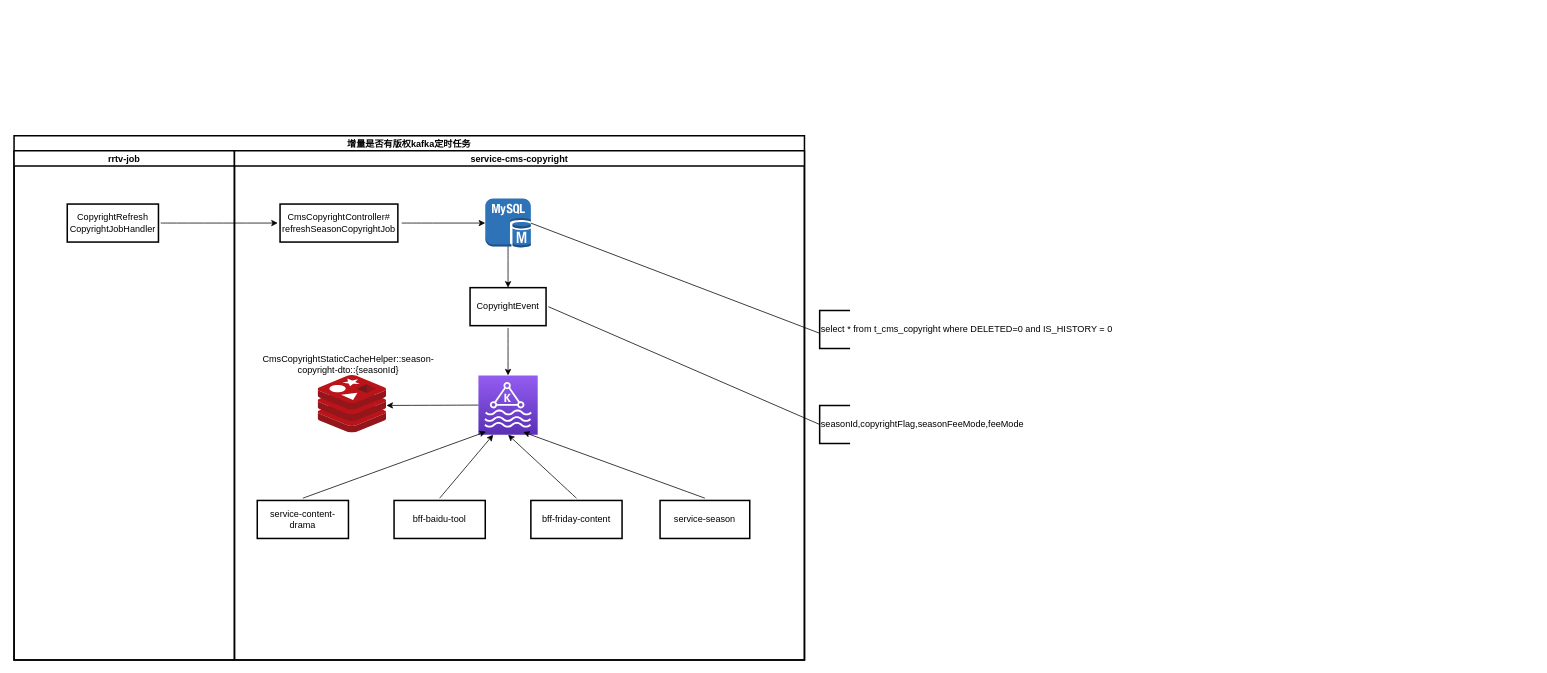
Above: page "Page-1" (1 of 2) of 增量是否有版权.drawio in songmulin/rr-business (draw.io), before the change. Source tidied: cells renumbered, new cells numbered last; positions are measured from the earlier drawing's top-left corner, leaving out a move shared by most shapes. Both pictures are drawn from the tidied source at 76%, with x=0, y=0 at pixel (14, 135).
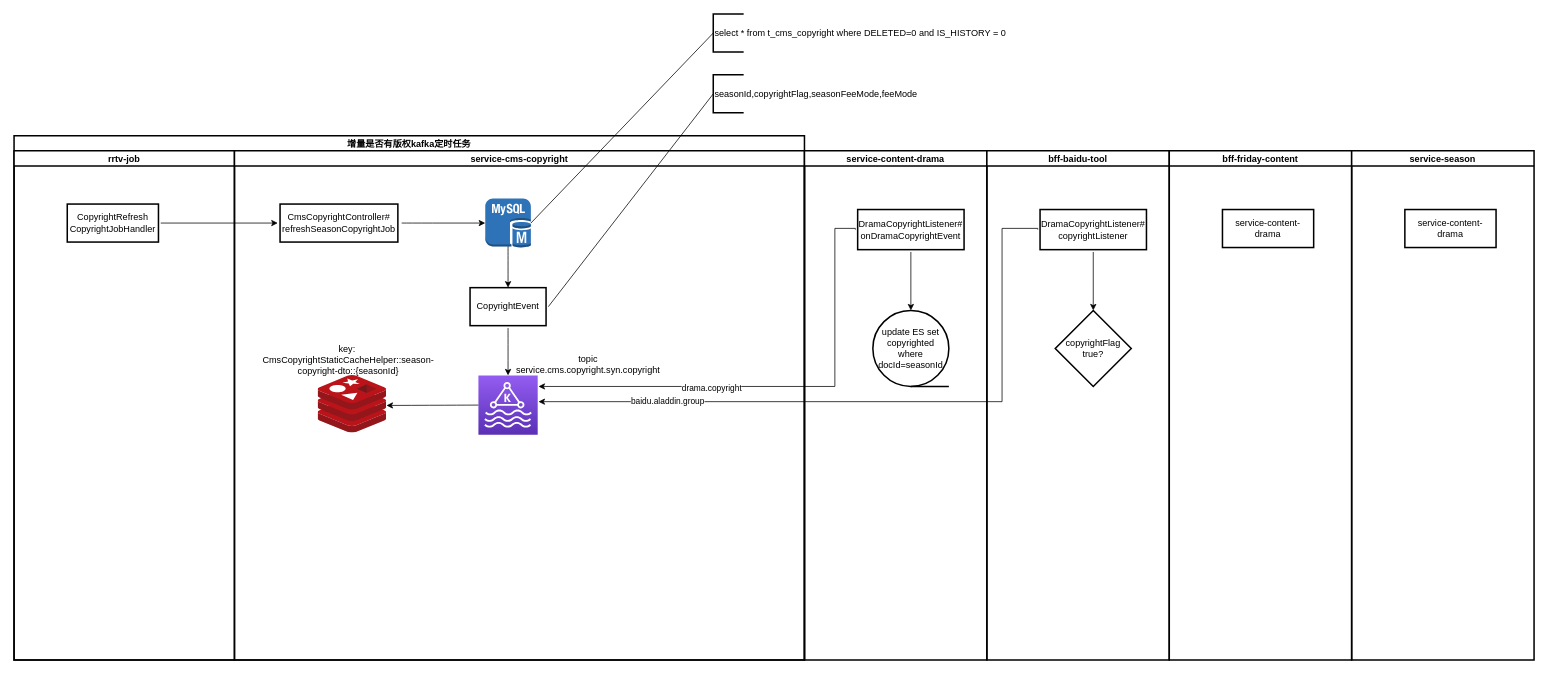
Above is the later version.

Commit message (it also covers changes not shown here):
Update 增量是否有版权.drawio

The change refers to these unchanged cells:
```xml
<mxCell id="2" value="增量是否有版权kafka定时任务" style="swimlane;startSize=20;hachureGap=4;strokeWidth=2;perimeterSpacing=3;" parent="1" vertex="1">
  <mxGeometry width="1040" height="690" as="geometry" />
</mxCell>
<mxCell id="4" value="CopyrightRefresh&lt;br&gt;CopyrightJobHandler" style="rounded=0;whiteSpace=wrap;html=1;hachureGap=4;strokeWidth=2;perimeterSpacing=3;direction=west;" parent="3" vertex="1">
  <mxGeometry x="70" y="70" width="120" height="50" as="geometry" />
</mxCell>
<mxCell id="6" value="service-cms-copyright" style="swimlane;startSize=20;strokeWidth=2;perimeterSpacing=3;" parent="2" vertex="1">
  <mxGeometry x="290" y="20" width="750" height="670" as="geometry" />
</mxCell>
<mxCell id="8" value="CmsCopyrightController#&lt;br&gt;refreshSeasonCopyrightJob" style="rounded=0;whiteSpace=wrap;html=1;hachureGap=4;strokeWidth=2;perimeterSpacing=3;direction=west;" parent="6" vertex="1">
  <mxGeometry x="60" y="70" width="155" height="50" as="geometry" />
</mxCell>
<mxCell id="9" style="outlineConnect=0;dashed=0;verticalLabelPosition=bottom;verticalAlign=top;align=center;html=1;shape=mxgraph.aws3.mysql_db_instance;fillColor=#2E73B8;gradientColor=none;hachureGap=4;strokeWidth=2;" parent="6" vertex="1">
  <mxGeometry x="330" y="62.8" width="60" height="64.5" as="geometry" />
</mxCell>
<mxCell id="13" style="sketch=0;points=[[0,0,0],[0.25,0,0],[0.5,0,0],[0.75,0,0],[1,0,0],[0,1,0],[0.25,1,0],[0.5,1,0],[0.75,1,0],[1,1,0],[0,0.25,0],[0,0.5,0],[0,0.75,0],[1,0.25,0],[1,0.5,0],[1,0.75,0]];outlineConnect=0;fontColor=#232F3E;gradientColor=#945DF2;gradientDirection=north;fillColor=#5A30B5;strokeColor=#ffffff;dashed=0;verticalLabelPosition=bottom;verticalAlign=top;align=center;html=1;fontSize=12;fontStyle=0;shape=mxgraph.aws4.resourceIcon;resIcon=mxgraph.aws4.managed_streaming_for_kafka;hachureGap=4;" parent="6" vertex="1">
  <mxGeometry x="321" y="295.5" width="78" height="78" as="geometry" />
</mxCell>
```

Change to the diagram source:
```diff
@@
-    <mxCell id="5" style="edgeStyle=none;curved=1;rounded=0;jettySize=auto;html=1;endArrow=classic;sourcePerimeterSpacing=8;targetPerimeterSpacing=8;exitX=0;exitY=0.5;exitDx=0;exitDy=0;strokeWidth=1;endFill=1;entryX=1;entryY=0.5;entryDx=0;entryDy=0;" parent="2" edge="1" source="4" target="8">
+    <mxCell id="5" style="edgeStyle=orthogonalEdgeStyle;rounded=0;jettySize=auto;html=1;endArrow=classic;sourcePerimeterSpacing=8;targetPerimeterSpacing=8;exitX=0;exitY=0.5;exitDx=0;exitDy=0;strokeWidth=1;endFill=1;entryX=1;entryY=0.5;entryDx=0;entryDy=0;" parent="2" edge="1" source="4" target="8">
       <mxGeometry relative="1" as="geometry" />
     </mxCell>
@@
-    <mxCell id="10" style="endArrow=none;html=1;sourcePerimeterSpacing=8;targetPerimeterSpacing=8;strokeWidth=1;exitX=1;exitY=0.5;exitDx=0;exitDy=0;exitPerimeter=0;" parent="6" edge="1" source="9">
-      <mxGeometry relative="1" as="geometry">
-        <mxPoint x="770" y="240" as="targetPoint" />
-      </mxGeometry>
-    </mxCell>
@@
-    <mxCell id="14" style="edgeStyle=none;curved=1;rounded=0;jettySize=auto;html=1;entryX=0.25;entryY=1;entryDx=0;entryDy=0;entryPerimeter=0;endArrow=classic;endFill=1;sourcePerimeterSpacing=8;targetPerimeterSpacing=8;strokeWidth=1;exitX=0.5;exitY=1;exitDx=0;exitDy=0;" parent="6" edge="1" source="15" target="13">
-      <mxGeometry relative="1" as="geometry" />
-    </mxCell>
-    <mxCell id="15" value="bff-baidu-tool" style="rounded=0;whiteSpace=wrap;html=1;hachureGap=4;strokeWidth=2;perimeterSpacing=3;direction=west;" parent="6" vertex="1">
-      <mxGeometry x="210" y="460" width="120" height="50" as="geometry" />
-    </mxCell>
-    <mxCell id="16" value="bff-friday-content" style="rounded=0;whiteSpace=wrap;html=1;hachureGap=4;strokeWidth=2;perimeterSpacing=3;direction=west;" parent="6" vertex="1">
-      <mxGeometry x="390" y="460" width="120" height="50" as="geometry" />
-    </mxCell>
-    <mxCell id="17" style="edgeStyle=none;curved=1;rounded=0;jettySize=auto;html=1;entryX=0.128;entryY=0.949;entryDx=0;entryDy=0;entryPerimeter=0;endArrow=classic;endFill=1;sourcePerimeterSpacing=8;targetPerimeterSpacing=8;strokeWidth=1;exitX=0.5;exitY=1;exitDx=0;exitDy=0;" parent="6" edge="1" source="18" target="13">
-      <mxGeometry relative="1" as="geometry" />
-    </mxCell>
-    <mxCell id="18" value="service-content-drama" style="rounded=0;whiteSpace=wrap;html=1;hachureGap=4;strokeWidth=2;perimeterSpacing=3;direction=west;" parent="6" vertex="1">
-      <mxGeometry x="30" y="460" width="120" height="50" as="geometry" />
-    </mxCell>
-    <mxCell id="19" value="service-season" style="rounded=0;whiteSpace=wrap;html=1;hachureGap=4;strokeWidth=2;perimeterSpacing=3;direction=west;" parent="6" vertex="1">
-      <mxGeometry x="560" y="460" width="118" height="50" as="geometry" />
-    </mxCell>
-    <mxCell id="20" style="edgeStyle=none;curved=1;rounded=0;jettySize=auto;html=1;endArrow=classic;endFill=1;sourcePerimeterSpacing=8;targetPerimeterSpacing=8;strokeWidth=1;entryX=0.5;entryY=1;entryDx=0;entryDy=0;entryPerimeter=0;exitX=0.5;exitY=1;exitDx=0;exitDy=0;" parent="6" edge="1" source="16" target="13">
-      <mxGeometry relative="1" as="geometry" />
-    </mxCell>
@@
-    <mxCell id="22" value="CmsCopyrightStaticCacheHelper::season-copyright-dto::{seasonId}" style="text;html=1;strokeColor=none;fillColor=none;align=center;verticalAlign=middle;whiteSpace=wrap;rounded=0;hachureGap=4;" parent="6" vertex="1">
-      <mxGeometry x="30" y="265.5" width="240" height="30" as="geometry" />
+    <mxCell id="22" value="key:&amp;nbsp; CmsCopyrightStaticCacheHelper::season-copyright-dto::{seasonId}" style="text;html=1;strokeColor=none;fillColor=none;align=center;verticalAlign=middle;whiteSpace=wrap;rounded=0;hachureGap=4;" parent="6" vertex="1">
+      <mxGeometry x="30" y="260" width="240" height="30" as="geometry" />
     </mxCell>
+    <mxCell id="29" value="topic&lt;br&gt;service.cms.copyright.syn.copyright" style="text;html=1;strokeColor=none;fillColor=none;align=center;verticalAlign=middle;whiteSpace=wrap;rounded=0;hachureGap=4;" parent="6" vertex="1">
+      <mxGeometry x="360" y="265.5" width="211" height="30" as="geometry" />
+    </mxCell>
     <mxCell id="23" value="select * from t_cms_copyright where DELETED=0 and IS_HISTORY = 0" style="strokeWidth=2;html=1;shape=mxgraph.flowchart.annotation_1;align=left;hachureGap=4;" parent="1" vertex="1">
-      <mxGeometry x="1060" y="230" width="40" height="50" as="geometry" />
+      <mxGeometry x="920" y="-160" width="40" height="50" as="geometry" />
     </mxCell>
@@
     <mxCell id="25" value="seasonId,copyrightFlag,seasonFeeMode,feeMode" style="strokeWidth=2;html=1;shape=mxgraph.flowchart.annotation_1;align=left;hachureGap=4;" parent="1" vertex="1">
-      <mxGeometry x="1060" y="355" width="40" height="50" as="geometry" />
+      <mxGeometry x="920" y="-80" width="40" height="50" as="geometry" />
     </mxCell>
-    <mxCell id="26" style="edgeStyle=none;curved=1;rounded=0;jettySize=auto;html=1;endArrow=classic;endFill=1;sourcePerimeterSpacing=8;targetPerimeterSpacing=8;strokeWidth=1;exitX=0.5;exitY=1;exitDx=0;exitDy=0;" parent="1" edge="1" source="19">
-      <mxGeometry relative="1" as="geometry">
-        <mxPoint x="670" y="390" as="targetPoint" />
-      </mxGeometry>
-    </mxCell>
@@
+    <mxCell id="10" style="endArrow=none;html=1;sourcePerimeterSpacing=8;targetPerimeterSpacing=8;strokeWidth=1;exitX=1;exitY=0.5;exitDx=0;exitDy=0;exitPerimeter=0;entryX=0;entryY=0.5;entryDx=0;entryDy=0;entryPerimeter=0;" parent="1" edge="1" source="9" target="23">
+      <mxGeometry relative="1" as="geometry" />
+    </mxCell>
+    <mxCell id="30" value="service-content-drama" style="swimlane;startSize=20;strokeWidth=2;perimeterSpacing=3;" parent="1" vertex="1">
+      <mxGeometry x="1040" y="20" width="240" height="670" as="geometry" />
+    </mxCell>
+    <mxCell id="31" style="edgeStyle=orthogonalEdgeStyle;rounded=0;jettySize=auto;html=1;entryX=0.5;entryY=0;entryDx=0;entryDy=0;entryPerimeter=0;endArrow=classic;endFill=1;sourcePerimeterSpacing=8;targetPerimeterSpacing=8;strokeWidth=1;exitX=0.5;exitY=0;exitDx=0;exitDy=0;" parent="30" edge="1" source="18" target="33">
+      <mxGeometry relative="1" as="geometry" />
+    </mxCell>
+    <mxCell id="18" value="DramaCopyrightListener#&lt;br&gt;onDramaCopyrightEvent" style="rounded=0;whiteSpace=wrap;html=1;hachureGap=4;strokeWidth=2;perimeterSpacing=3;direction=west;" parent="30" vertex="1">
+      <mxGeometry x="70" y="77.2" width="140" height="52.8" as="geometry" />
+    </mxCell>
+    <mxCell id="32" style="edgeStyle=orthogonalEdgeStyle;rounded=0;jettySize=auto;html=1;endArrow=classic;endFill=1;sourcePerimeterSpacing=8;targetPerimeterSpacing=8;strokeWidth=1;exitX=1;exitY=0.5;exitDx=0;exitDy=0;" parent="30" edge="1" source="35">
+      <mxGeometry relative="1" as="geometry">
+        <mxPoint x="-350" y="330" as="targetPoint" />
+        <Array as="points">
+          <mxPoint x="260" y="102" />
+          <mxPoint x="260" y="330" />
+        </Array>
+      </mxGeometry>
+    </mxCell>
+    <mxCell id="33" value="&lt;span style=&quot;text-align: left&quot;&gt;update ES set copyrighted where docId=seasonId&lt;/span&gt;" style="strokeWidth=2;html=1;shape=mxgraph.flowchart.sequential_data;whiteSpace=wrap;hachureGap=4;" parent="30" vertex="1">
+      <mxGeometry x="90" y="210" width="100" height="100" as="geometry" />
+    </mxCell>
+    <mxCell id="17" style="edgeStyle=orthogonalEdgeStyle;rounded=0;jettySize=auto;html=1;endArrow=classic;endFill=1;sourcePerimeterSpacing=8;targetPerimeterSpacing=8;strokeWidth=1;exitX=1;exitY=0.5;exitDx=0;exitDy=0;" parent="1" edge="1" source="18">
+      <mxGeometry relative="1" as="geometry">
+        <mxPoint x="690" y="330" as="targetPoint" />
+        <Array as="points">
+          <mxPoint x="1080" y="122" />
+          <mxPoint x="1080" y="330" />
+        </Array>
+      </mxGeometry>
+    </mxCell>
+    <mxCell id="34" value="drama.copyright" style="edgeLabel;html=1;align=center;verticalAlign=middle;" parent="17" vertex="1">
+      <mxGeometry x="-0.23" y="-1" relative="1" as="geometry">
+        <mxPoint x="-158" y="2" as="offset" />
+      </mxGeometry>
+    </mxCell>
+    <mxCell id="15" value="bff-baidu-tool" style="swimlane;startSize=20;strokeWidth=2;perimeterSpacing=3;" parent="1" vertex="1">
+      <mxGeometry x="1280" y="20" width="240" height="670" as="geometry" />
+    </mxCell>
+    <mxCell id="35" value="DramaCopyrightListener#&lt;br&gt;copyrightListener" style="rounded=0;whiteSpace=wrap;html=1;hachureGap=4;strokeWidth=2;perimeterSpacing=3;direction=west;" parent="15" vertex="1">
+      <mxGeometry x="70" y="77.2" width="140" height="52.8" as="geometry" />
+    </mxCell>
+    <mxCell id="36" value="copyrightFlag true?" style="strokeWidth=2;html=1;shape=mxgraph.flowchart.decision;whiteSpace=wrap;hachureGap=4;" parent="15" vertex="1">
+      <mxGeometry x="90" y="210" width="100" height="100" as="geometry" />
+    </mxCell>
+    <mxCell id="16" value="bff-friday-content" style="swimlane;startSize=20;strokeWidth=2;perimeterSpacing=3;" parent="1" vertex="1">
+      <mxGeometry x="1520" y="20" width="240" height="670" as="geometry" />
+    </mxCell>
+    <mxCell id="37" value="service-content-drama" style="rounded=0;whiteSpace=wrap;html=1;hachureGap=4;strokeWidth=2;perimeterSpacing=3;direction=west;" parent="16" vertex="1">
+      <mxGeometry x="70" y="77.2" width="120" height="50" as="geometry" />
+    </mxCell>
+    <mxCell id="19" value="service-season" style="swimlane;startSize=20;strokeWidth=2;perimeterSpacing=3;" parent="1" vertex="1">
+      <mxGeometry x="1760" y="20" width="240" height="670" as="geometry" />
+    </mxCell>
+    <mxCell id="38" value="service-content-drama" style="rounded=0;whiteSpace=wrap;html=1;hachureGap=4;strokeWidth=2;perimeterSpacing=3;direction=west;" parent="19" vertex="1">
+      <mxGeometry x="70" y="77.2" width="120" height="50" as="geometry" />
+    </mxCell>
+    <mxCell id="39" value="&#10;&#10;&lt;span style=&quot;color: rgb(0, 0, 0); font-family: helvetica; font-size: 11px; font-style: normal; font-weight: 400; letter-spacing: normal; text-align: center; text-indent: 0px; text-transform: none; word-spacing: 0px; background-color: rgb(255, 255, 255); display: inline; float: none;&quot;&gt;baidu.aladdin.group&lt;/span&gt;&#10;&#10;" style="text;html=1;align=center;verticalAlign=middle;strokeColor=none;fillColor=none;" parent="1" vertex="1">
+      <mxGeometry x="800" y="320" width="120" height="60" as="geometry" />
+    </mxCell>
+    <mxCell id="40" style="edgeStyle=orthogonalEdgeStyle;rounded=0;jettySize=auto;html=1;endArrow=classic;endFill=1;sourcePerimeterSpacing=8;targetPerimeterSpacing=8;strokeWidth=1;exitX=0.5;exitY=0;exitDx=0;exitDy=0;" parent="1" edge="1" source="35">
+      <mxGeometry relative="1" as="geometry">
+        <mxPoint x="1420" y="230" as="targetPoint" />
+      </mxGeometry>
+    </mxCell>
```
